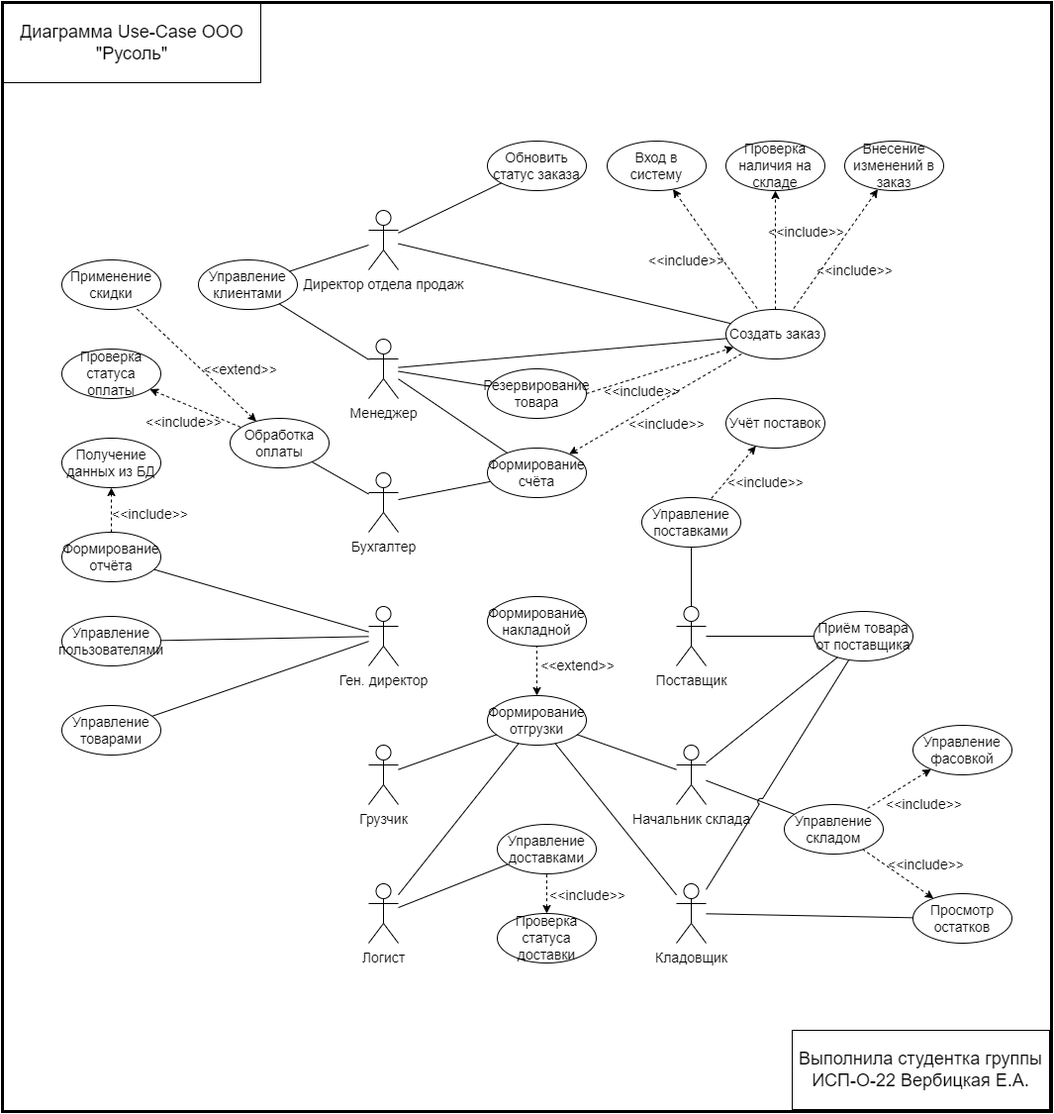
This is media/диаграммы/Диаграммы  - Русоль-Use-Case.drawio.png from ColdenI/Diploma-IS-wholesale-of-salt, a draw.io export, as it was before one commit. Source tidied: cells renumbered, new cells last; positions are measured from the earlier drawing's top-left corner, leaving out a move shared by most shapes.
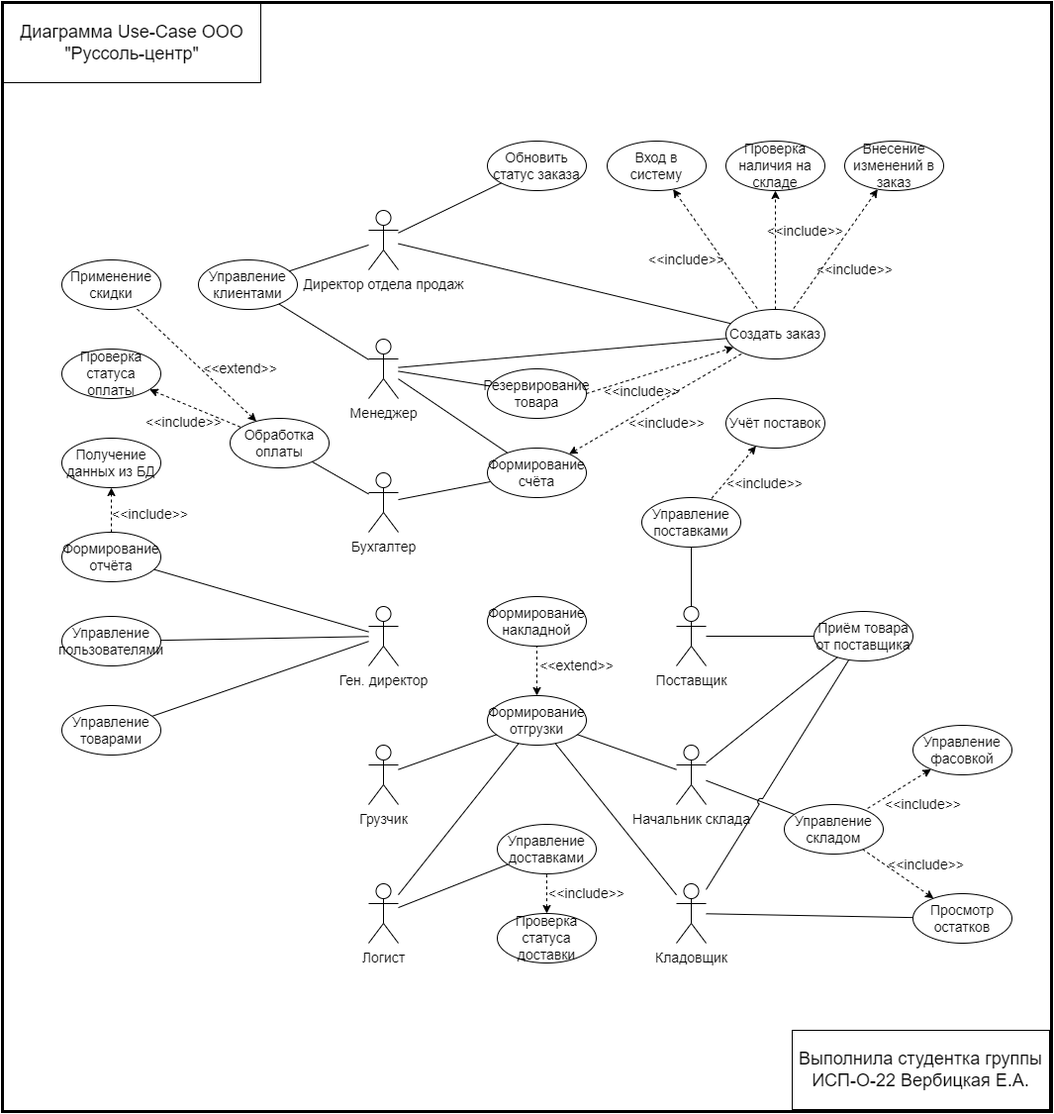
After the commit.

The edit, as a diff of the source:
```diff
@@ -280,7 +280,7 @@
     <mxCell id="85" value="Формирование счёта" style="ellipse;whiteSpace=wrap;html=1;labelBackgroundColor=none;fontSize=14;" parent="1" vertex="1">
       <mxGeometry x="490" y="450" width="100" height="50" as="geometry" />
     </mxCell>
-    <mxCell id="86" value="&lt;span style=&quot;text-align: left; font-size: 18px;&quot;&gt;&lt;font style=&quot;font-size: 18px;&quot; face=&quot;YS Text, Helvetica Neue, Helvetica, Arial, sans-serif&quot;&gt;&lt;span style=&quot;font-size: 18px;&quot;&gt;Диаграмма Use-Case ООО &quot;Русоль&quot;&lt;/span&gt;&lt;/font&gt;&lt;/span&gt;" style="rounded=0;whiteSpace=wrap;html=1;fontColor=default;labelBackgroundColor=none;fontSize=18;" parent="1" vertex="1">
+    <mxCell id="86" value="&lt;span style=&quot;text-align: left; font-size: 18px;&quot;&gt;&lt;font style=&quot;font-size: 18px;&quot; face=&quot;YS Text, Helvetica Neue, Helvetica, Arial, sans-serif&quot;&gt;&lt;span style=&quot;font-size: 18px;&quot;&gt;Диаграмма Use-Case ООО &quot;Руссоль-центр&quot;&lt;/span&gt;&lt;/font&gt;&lt;/span&gt;" style="rounded=0;whiteSpace=wrap;html=1;fontColor=default;labelBackgroundColor=none;fontSize=18;" parent="1" vertex="1">
       <mxGeometry x="1" y="1" width="260" height="80" as="geometry" />
     </mxCell>
     <mxCell id="87" value="Выполнила студентка группы ИСП-О-22&amp;nbsp;Вербицкая Е.А." style="rounded=0;whiteSpace=wrap;html=1;fontSize=18;" parent="1" vertex="1">
```
